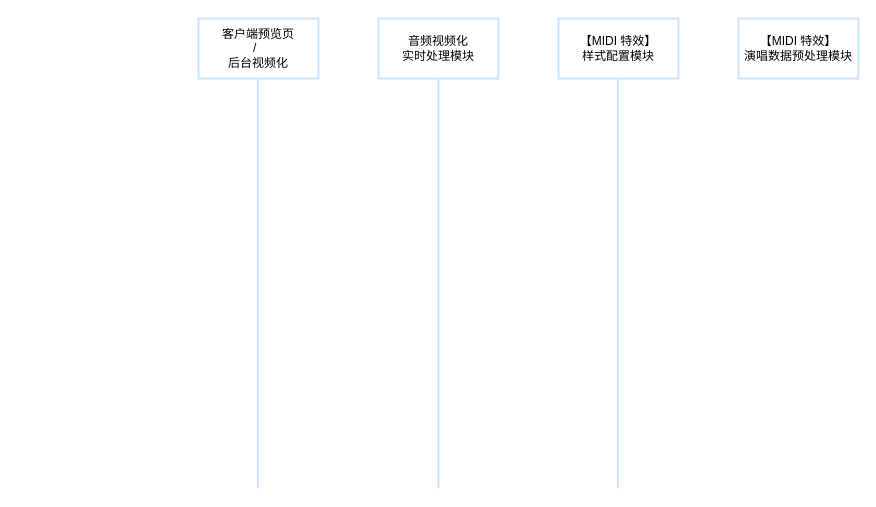
Earlier version of the draw.io diagram page "Page-2" (2 of 3) of Untitled Diagram.drawio (Tangdixi/tangdixi.github.io). Source tidied: cells renumbered, new cells numbered last; positions are measured from the earlier drawing's top-left corner, leaving out a move shared by most shapes. Both pictures are drawn from the tidied source at 100%, with x=0, y=0 at pixel (198, 18).
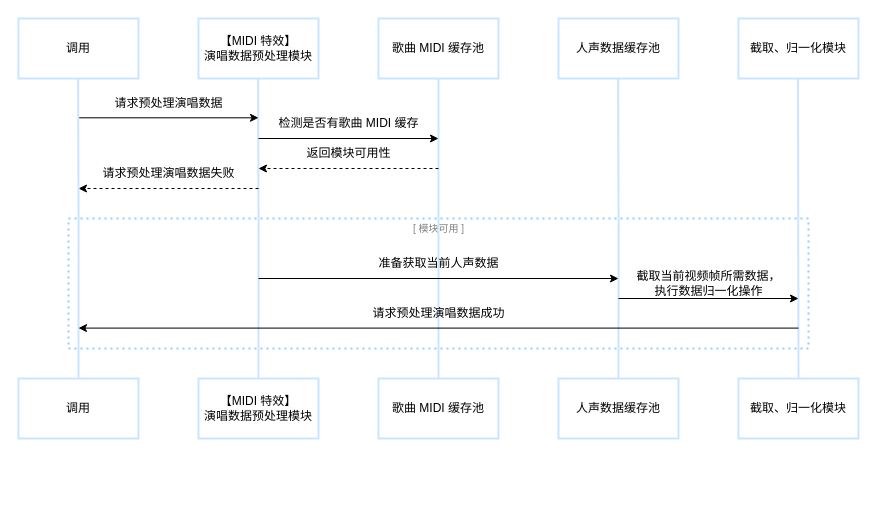
After the change.

Diff of the diagram source:
```diff
@@
+    <mxCell id="9" style="rounded=0;whiteSpace=wrap;html=1;fillColor=none;dashed=1;dashPattern=1 2;strokeColor=#99CCFF;strokeWidth=2;" parent="1" vertex="1">
+      <mxGeometry x="-130" y="200" width="740" height="130" as="geometry" />
+    </mxCell>
+    <mxCell id="10" value="&lt;div style=&quot;&quot;&gt;[ 模块可用 ]&lt;/div&gt;" style="text;strokeColor=none;fillColor=none;html=1;fontSize=10;fontStyle=0;verticalAlign=middle;align=center;fontColor=#808080;" parent="1" vertex="1">
+      <mxGeometry x="190" y="200" width="100" height="20" as="geometry" />
+    </mxCell>
-    <mxCell id="2" value="音频视频化&lt;br&gt;实时处理模块" style="rounded=0;whiteSpace=wrap;html=1;labelBackgroundColor=none;strokeWidth=2;strokeColor=#CCE5FF;" parent="1" vertex="1">
+    <mxCell id="2" value="歌曲 MIDI 缓存池" style="rounded=0;whiteSpace=wrap;html=1;labelBackgroundColor=none;strokeWidth=2;strokeColor=#CCE5FF;" parent="1" vertex="1">
       <mxGeometry x="180" width="120" height="60" as="geometry" />
     </mxCell>
-    <mxCell id="3" value="【MIDI 特效】&lt;br&gt;演唱数据预处理模块" style="rounded=0;whiteSpace=wrap;html=1;labelBackgroundColor=none;strokeWidth=2;strokeColor=#CCE5FF;" parent="1" vertex="1">
+    <mxCell id="3" value="截取、归一化模块" style="rounded=0;whiteSpace=wrap;html=1;labelBackgroundColor=none;strokeWidth=2;strokeColor=#CCE5FF;" parent="1" vertex="1">
       <mxGeometry x="540" width="120" height="60" as="geometry" />
     </mxCell>
-    <mxCell id="4" value="【MIDI 特效】&lt;br&gt;样式配置模块" style="rounded=0;whiteSpace=wrap;html=1;labelBackgroundColor=none;strokeWidth=2;strokeColor=#CCE5FF;" parent="1" vertex="1">
+    <mxCell id="4" value="人声数据缓存池" style="rounded=0;whiteSpace=wrap;html=1;labelBackgroundColor=none;strokeWidth=2;strokeColor=#CCE5FF;" parent="1" vertex="1">
       <mxGeometry x="360" width="120" height="60" as="geometry" />
     </mxCell>
-    <mxCell id="5" value="客户端预览页 &lt;br&gt;/&amp;nbsp;&amp;nbsp;&lt;br&gt;后台视频化" style="rounded=0;whiteSpace=wrap;html=1;labelBackgroundColor=none;strokeWidth=2;strokeColor=#CCE5FF;" parent="1" vertex="1">
+    <mxCell id="5" value="【MIDI 特效】&lt;br style=&quot;border-color: var(--border-color);&quot;&gt;演唱数据预处理模块" style="rounded=0;whiteSpace=wrap;html=1;labelBackgroundColor=none;strokeWidth=2;strokeColor=#CCE5FF;" parent="1" vertex="1">
       <mxGeometry width="120" height="60" as="geometry" />
     </mxCell>
-    <mxCell id="6" style="edgeStyle=orthogonalEdgeStyle;rounded=0;orthogonalLoop=1;jettySize=auto;html=1;exitX=0.5;exitY=1;exitDx=0;exitDy=0;entryX=0.5;entryY=0;entryDx=0;entryDy=0;endArrow=none;endFill=0;strokeWidth=2;strokeColor=#CCE5FF;" parent="1" edge="1">
+    <mxCell id="6" style="edgeStyle=orthogonalEdgeStyle;rounded=0;orthogonalLoop=1;jettySize=auto;html=1;exitX=0.5;exitY=1;exitDx=0;exitDy=0;endArrow=none;endFill=0;strokeWidth=2;strokeColor=#CCE5FF;" parent="1" edge="1">
       <mxGeometry relative="1" as="geometry">
         <mxPoint x="240" y="60" as="sourcePoint" />
-        <mxPoint x="240" y="470" as="targetPoint" />
+        <mxPoint x="240" y="360" as="targetPoint" />
       </mxGeometry>
     </mxCell>
-    <mxCell id="7" style="edgeStyle=orthogonalEdgeStyle;rounded=0;orthogonalLoop=1;jettySize=auto;html=1;exitX=0.5;exitY=1;exitDx=0;exitDy=0;entryX=0.5;entryY=0;entryDx=0;entryDy=0;endArrow=none;endFill=0;strokeWidth=2;strokeColor=#CCE5FF;" parent="1" edge="1">
+    <mxCell id="7" style="edgeStyle=orthogonalEdgeStyle;rounded=0;jettySize=auto;html=1;exitX=0.5;exitY=1;exitDx=0;exitDy=0;entryX=0.5;entryY=0;entryDx=0;entryDy=0;endArrow=none;endFill=0;strokeWidth=2;strokeColor=#CCE5FF;" parent="1" edge="1" target="30">
       <mxGeometry relative="1" as="geometry">
         <mxPoint x="419.6" y="60" as="sourcePoint" />
-        <mxPoint x="419.6" y="470" as="targetPoint" />
       </mxGeometry>
     </mxCell>
-    <mxCell id="8" style="edgeStyle=orthogonalEdgeStyle;rounded=0;orthogonalLoop=1;jettySize=auto;html=1;exitX=0.5;exitY=1;exitDx=0;exitDy=0;entryX=0.5;entryY=0;entryDx=0;entryDy=0;endArrow=none;endFill=0;strokeWidth=2;strokeColor=#CCE5FF;" parent="1" edge="1">
+    <mxCell id="8" style="edgeStyle=orthogonalEdgeStyle;rounded=0;jettySize=auto;html=1;exitX=0.5;exitY=1;exitDx=0;exitDy=0;endArrow=none;endFill=0;strokeWidth=2;strokeColor=#CCE5FF;" parent="1" edge="1" target="31">
       <mxGeometry relative="1" as="geometry">
         <mxPoint x="59.6" y="60" as="sourcePoint" />
-        <mxPoint x="59.6" y="470" as="targetPoint" />
       </mxGeometry>
     </mxCell>
+    <mxCell id="11" style="edgeStyle=orthogonalEdgeStyle;rounded=0;jettySize=auto;html=1;exitX=0.5;exitY=1;exitDx=0;exitDy=0;entryX=0.5;entryY=0;entryDx=0;entryDy=0;endArrow=none;endFill=0;strokeWidth=2;strokeColor=#CCE5FF;" parent="1" edge="1" target="29">
+      <mxGeometry relative="1" as="geometry">
+        <mxPoint x="599.5" y="60" as="sourcePoint" />
+      </mxGeometry>
+    </mxCell>
+    <mxCell id="12" style="endArrow=classic;html=1;rounded=0;" parent="1" edge="1">
+      <mxGeometry relative="1" as="geometry">
+        <mxPoint x="-120" y="99.3" as="sourcePoint" />
+        <mxPoint x="60" y="99.3" as="targetPoint" />
+      </mxGeometry>
+    </mxCell>
+    <mxCell id="13" value="请求预处理演唱数据" style="text;strokeColor=none;fillColor=none;html=1;fontSize=12;fontStyle=0;verticalAlign=middle;align=center;" parent="1" vertex="1">
+      <mxGeometry x="-80" y="70" width="100" height="30" as="geometry" />
+    </mxCell>
+    <mxCell id="14" style="endArrow=classic;html=1;rounded=0;dashed=1;" parent="1" edge="1">
+      <mxGeometry relative="1" as="geometry">
+        <mxPoint x="240" y="150" as="sourcePoint" />
+        <mxPoint x="60" y="150" as="targetPoint" />
+      </mxGeometry>
+    </mxCell>
+    <mxCell id="15" value="&lt;div style=&quot;font-size: 12px;&quot;&gt;返回模块可用性&lt;/div&gt;" style="text;strokeColor=none;fillColor=none;html=1;fontSize=12;fontStyle=0;verticalAlign=middle;align=center;" parent="1" vertex="1">
+      <mxGeometry x="100" y="120" width="100" height="30" as="geometry" />
+    </mxCell>
+    <mxCell id="16" style="endArrow=classic;html=1;rounded=0;" parent="1" edge="1">
+      <mxGeometry relative="1" as="geometry">
+        <mxPoint x="60" y="120" as="sourcePoint" />
+        <mxPoint x="240" y="120" as="targetPoint" />
+      </mxGeometry>
+    </mxCell>
+    <mxCell id="17" value="检测是否有歌曲 MIDI 缓存" style="text;strokeColor=none;fillColor=none;html=1;fontSize=12;fontStyle=0;verticalAlign=middle;align=center;" parent="1" vertex="1">
+      <mxGeometry x="100" y="90" width="100" height="30" as="geometry" />
+    </mxCell>
+    <mxCell id="18" style="endArrow=classic;html=1;rounded=0;dashed=1;" parent="1" edge="1">
+      <mxGeometry relative="1" as="geometry">
+        <mxPoint x="60" y="170" as="sourcePoint" />
+        <mxPoint x="-120" y="170" as="targetPoint" />
+      </mxGeometry>
+    </mxCell>
+    <mxCell id="19" value="请求预处理演唱数据失败" style="text;strokeColor=none;fillColor=none;html=1;fontSize=12;fontStyle=0;verticalAlign=middle;align=center;" parent="1" vertex="1">
+      <mxGeometry x="-80" y="140" width="100" height="30" as="geometry" />
+    </mxCell>
+    <mxCell id="20" value="调用" style="rounded=0;whiteSpace=wrap;html=1;labelBackgroundColor=none;strokeWidth=2;strokeColor=#CCE5FF;" parent="1" vertex="1">
+      <mxGeometry x="-180" width="120" height="60" as="geometry" />
+    </mxCell>
+    <mxCell id="21" style="edgeStyle=orthogonalEdgeStyle;rounded=0;jettySize=auto;html=1;exitX=0.5;exitY=1;exitDx=0;exitDy=0;entryX=0.5;entryY=0;entryDx=0;entryDy=0;endArrow=none;endFill=0;strokeWidth=2;strokeColor=#CCE5FF;" parent="1" edge="1" target="32">
+      <mxGeometry relative="1" as="geometry">
+        <mxPoint x="-120.4" y="60" as="sourcePoint" />
+      </mxGeometry>
+    </mxCell>
+    <mxCell id="22" style="endArrow=classic;html=1;rounded=0;" parent="1" edge="1">
+      <mxGeometry relative="1" as="geometry">
+        <mxPoint x="60" y="260" as="sourcePoint" />
+        <mxPoint x="420" y="260" as="targetPoint" />
+      </mxGeometry>
+    </mxCell>
+    <mxCell id="23" value="准备获取当前人声数据" style="text;strokeColor=none;fillColor=none;html=1;fontSize=12;fontStyle=0;verticalAlign=middle;align=center;" parent="1" vertex="1">
+      <mxGeometry x="190" y="230" width="100" height="30" as="geometry" />
+    </mxCell>
+    <mxCell id="24" style="endArrow=classic;html=1;rounded=0;" parent="1" edge="1">
+      <mxGeometry relative="1" as="geometry">
+        <mxPoint x="420" y="280" as="sourcePoint" />
+        <mxPoint x="600" y="280" as="targetPoint" />
+      </mxGeometry>
+    </mxCell>
+    <mxCell id="25" value="截取当前视频帧所需数据，&lt;br&gt;执行数据归一化操作" style="text;strokeColor=none;fillColor=none;html=1;fontSize=12;fontStyle=0;verticalAlign=middle;align=center;" parent="1" vertex="1">
+      <mxGeometry x="460" y="250" width="100" height="30" as="geometry" />
+    </mxCell>
+    <mxCell id="26" style="endArrow=classic;html=1;rounded=0;" parent="1" edge="1">
+      <mxGeometry relative="1" as="geometry">
+        <mxPoint x="600" y="309.6" as="sourcePoint" />
+        <mxPoint x="-120" y="309.6" as="targetPoint" />
+      </mxGeometry>
+    </mxCell>
+    <mxCell id="27" value="请求预处理演唱数据成功" style="text;strokeColor=none;fillColor=none;html=1;fontSize=12;fontStyle=0;verticalAlign=middle;align=center;" parent="1" vertex="1">
+      <mxGeometry x="190" y="280" width="100" height="29.6" as="geometry" />
+    </mxCell>
+    <mxCell id="28" value="歌曲 MIDI 缓存池" style="rounded=0;whiteSpace=wrap;html=1;labelBackgroundColor=none;strokeWidth=2;strokeColor=#CCE5FF;" parent="1" vertex="1">
+      <mxGeometry x="180" y="360" width="120" height="60" as="geometry" />
+    </mxCell>
+    <mxCell id="29" value="截取、归一化模块" style="rounded=0;whiteSpace=wrap;html=1;labelBackgroundColor=none;strokeWidth=2;strokeColor=#CCE5FF;" parent="1" vertex="1">
+      <mxGeometry x="540" y="360" width="120" height="60" as="geometry" />
+    </mxCell>
+    <mxCell id="30" value="人声数据缓存池" style="rounded=0;whiteSpace=wrap;html=1;labelBackgroundColor=none;strokeWidth=2;strokeColor=#CCE5FF;" parent="1" vertex="1">
+      <mxGeometry x="360" y="360" width="120" height="60" as="geometry" />
+    </mxCell>
+    <mxCell id="31" value="【MIDI 特效】&lt;br style=&quot;border-color: var(--border-color);&quot;&gt;演唱数据预处理模块" style="rounded=0;whiteSpace=wrap;html=1;labelBackgroundColor=none;strokeWidth=2;strokeColor=#CCE5FF;" parent="1" vertex="1">
+      <mxGeometry y="360" width="120" height="60" as="geometry" />
+    </mxCell>
+    <mxCell id="32" value="调用" style="rounded=0;whiteSpace=wrap;html=1;labelBackgroundColor=none;strokeWidth=2;strokeColor=#CCE5FF;" parent="1" vertex="1">
+      <mxGeometry x="-180" y="360" width="120" height="60" as="geometry" />
+    </mxCell>
```
